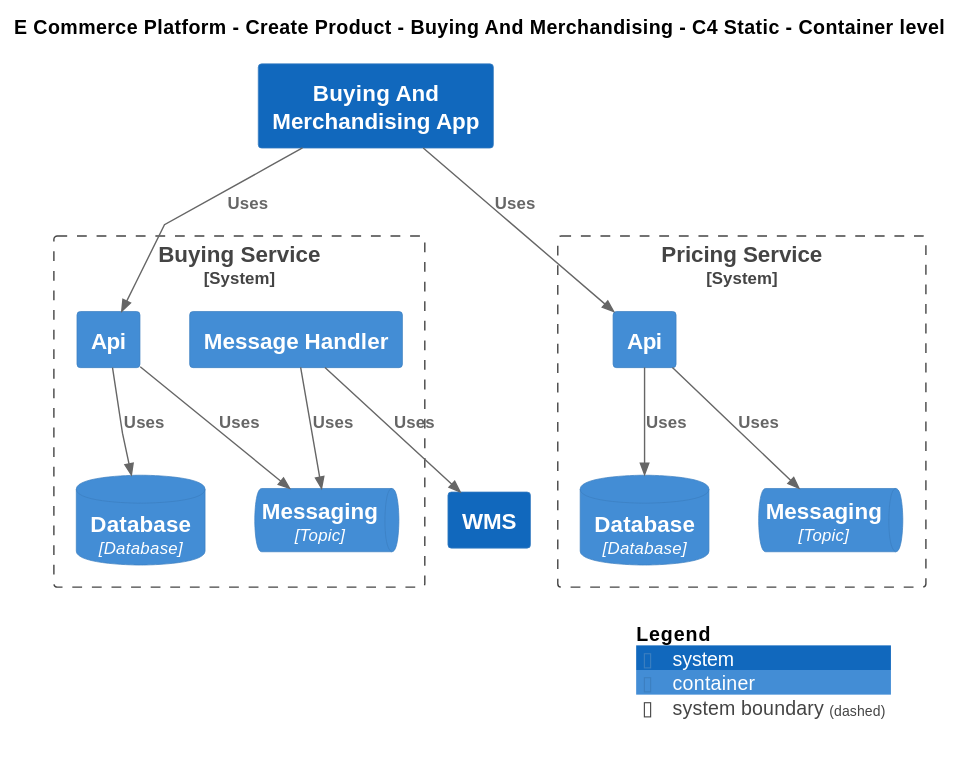
Before: Samples/E-Commerce Platform/Yaml/Diagrams/E Commerce Platform/Create Product/Buying And Merchandising/Software Systems/Container - C4 Static.svg, a diagram exported from PlantUML (mnadenysenko/C4InterFlow).
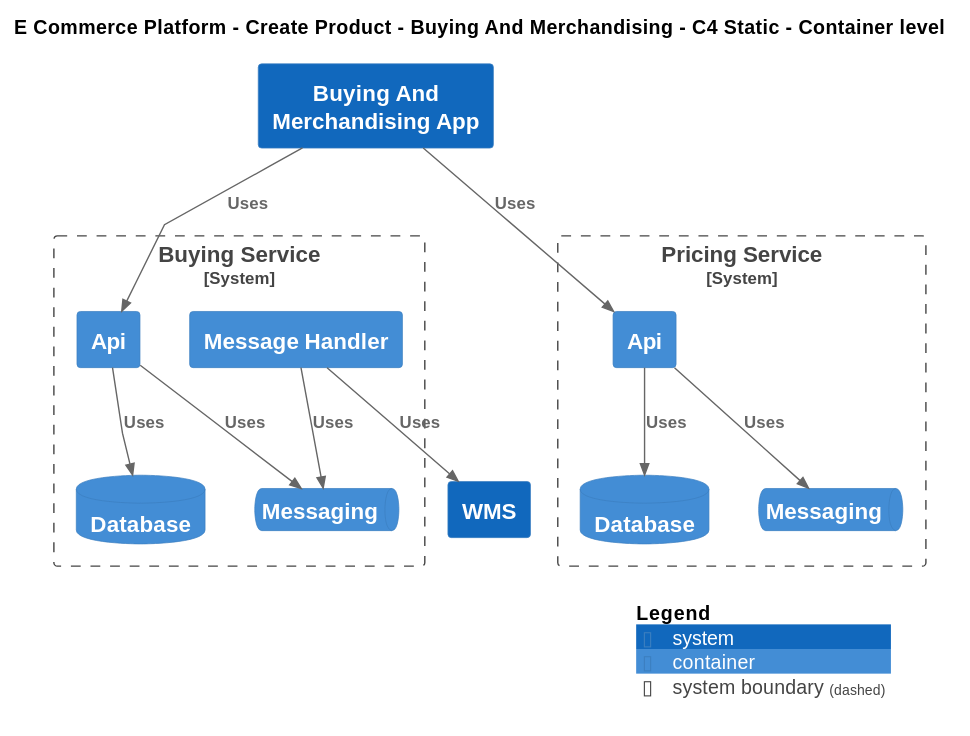
After the commit.

The edit, as a diff of the source:
```diff
@@ -20,15 +20,15 @@
 
 System_Boundary(ECommercePlatform.CreateProduct.BuyingAndMerchandising.SoftwareSystems.BuyingService, "Buying Service") {
     Container(ECommercePlatform.CreateProduct.BuyingAndMerchandising.SoftwareSystems.BuyingService.Containers.Api, "Api", "", "")
-    ContainerDb(ECommercePlatform.CreateProduct.BuyingAndMerchandising.SoftwareSystems.BuyingService.Containers.Database, "Database", "Database", "")
-    ContainerQueue(ECommercePlatform.CreateProduct.BuyingAndMerchandising.SoftwareSystems.BuyingService.Containers.Messaging, "Messaging", "Topic", "")
+    ContainerDb(ECommercePlatform.CreateProduct.BuyingAndMerchandising.SoftwareSystems.BuyingService.Containers.Database, "Database", "", "")
+    ContainerQueue(ECommercePlatform.CreateProduct.BuyingAndMerchandising.SoftwareSystems.BuyingService.Containers.Messaging, "Messaging", "", "")
     Container(ECommercePlatform.CreateProduct.BuyingAndMerchandising.SoftwareSystems.BuyingService.Containers.MessageHandler, "Message Handler", "", "")
 }
 
 System_Boundary(ECommercePlatform.CreateProduct.PriceManagement.SoftwareSystems.PricingService, "Pricing Service") {
     Container(ECommercePlatform.CreateProduct.PriceManagement.SoftwareSystems.PricingService.Containers.Api, "Api", "", "")
-    ContainerDb(ECommercePlatform.CreateProduct.PriceManagement.SoftwareSystems.PricingService.Containers.Database, "Database", "Database", "")
-    ContainerQueue(ECommercePlatform.CreateProduct.PriceManagement.SoftwareSystems.PricingService.Containers.Messaging, "Messaging", "Topic", "")
+    ContainerDb(ECommercePlatform.CreateProduct.PriceManagement.SoftwareSystems.PricingService.Containers.Database, "Database", "", "")
+    ContainerQueue(ECommercePlatform.CreateProduct.PriceManagement.SoftwareSystems.PricingService.Containers.Messaging, "Messaging", "", "")
 }
 System(ECommercePlatform.Deliver.Fulfilment.SoftwareSystems.WMS, "WMS", "")
 
```
